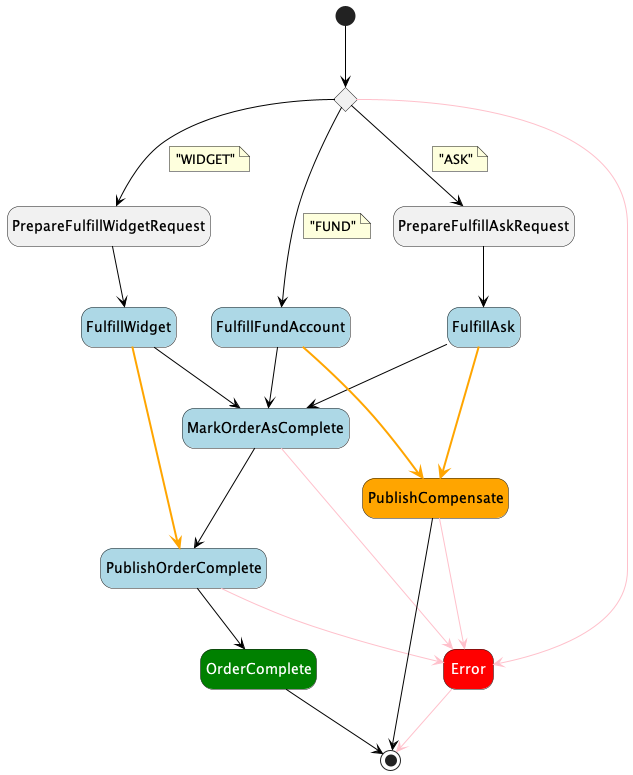
Above: docs/asl-puml-rendering-demo.asl.png in massfords/asl-puml (PlantUML), before the change.
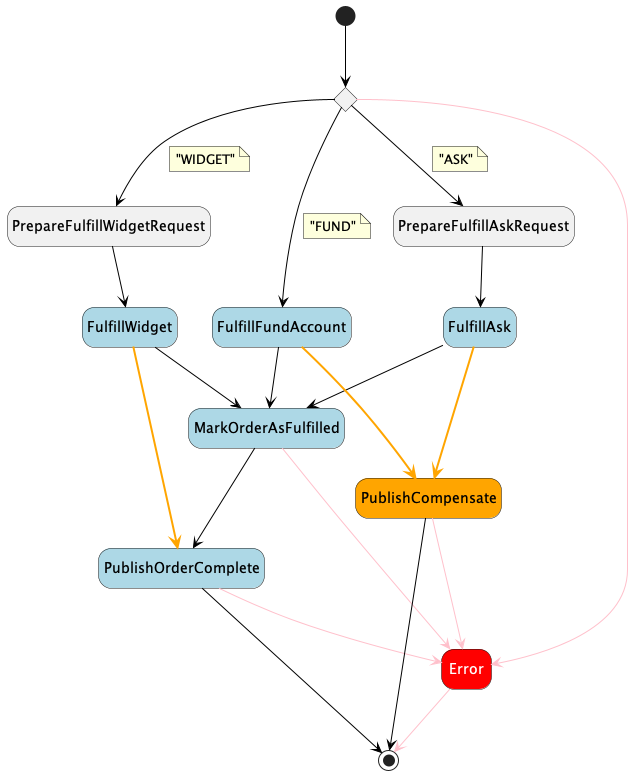
After the commit.

What changed in the source:
```diff
@@ -18,11 +18,10 @@
 state "FulfillWidget" as state4<<aslTask>>
 state "FulfillAsk" as state5<<aslTask>>
 state "FulfillFundAccount" as state6<<aslTask>>
-state "MarkOrderAsComplete" as state7<<aslTask>>
+state "MarkOrderAsFulfilled" as state7<<aslTask>>
 state "Error" as state8<<aslFail>>
 state "PublishOrderComplete" as state9<<aslTask>>
-state "OrderComplete" as state10<<aslSucceed>>
-state "PublishCompensate" as state11<<Compensate>>
+state "PublishCompensate" as state10<<Compensate>>
 [*] --> state1
 state1 --> state2
 note on link
@@ -42,15 +41,14 @@
 state4 --> state7
 state4 -[bold,#orange]-> state9
 state5 --> state7
-state5 -[bold,#orange]-> state11
+state5 -[bold,#orange]-> state10
 state6 --> state7
-state6 -[bold,#orange]-> state11
+state6 -[bold,#orange]-> state10
 state7 --> state9
 state7 -[#pink]-> state8
 state8 -[#pink]-> [*]
-state9 --> state10
+state9 --> [*]
 state9 -[#pink]-> state8
 state10 --> [*]
-state11 --> [*]
-state11 -[#pink]-> state8
+state10 -[#pink]-> state8
 @enduml
```
